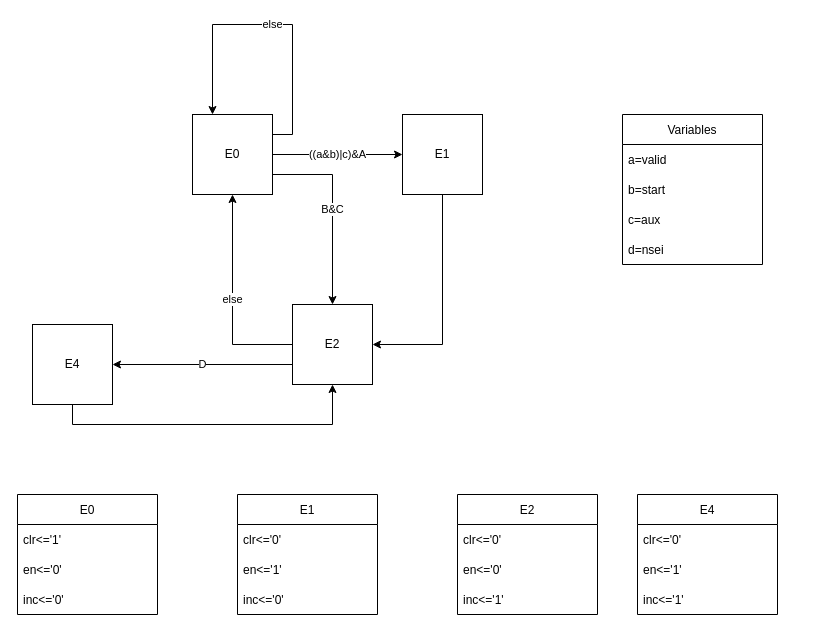
Chewilog/FSM_GEN keeps this draw.io diagram as page "Page-3" (3 of 4) of Untitled Diagram.drawio. Above is the earlier version. Source tidied: cells renumbered, new cells numbered last; positions are measured from the earlier drawing's top-left corner, leaving out a move shared by most shapes. Both pictures are drawn from the tidied source at 100%, with x=0, y=0 at pixel (17, 24).
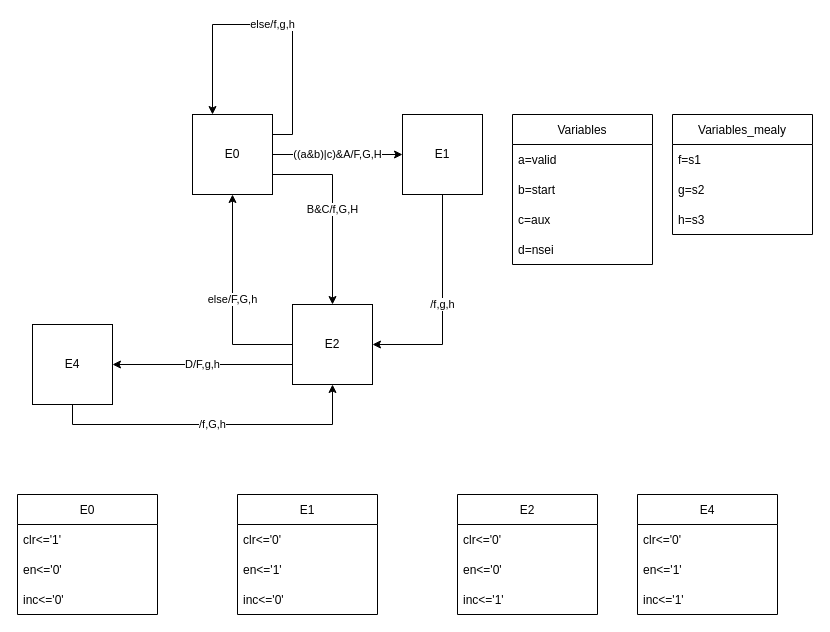
Above is the later version.

Commit message (it also covers changes not shown here):
Mealy working/need testing

Unchanged cells that the change refers to:
```xml
<mxCell id="3" value="E0" style="whiteSpace=wrap;html=1;" parent="1" vertex="1">
  <mxGeometry x="175" y="90" width="80" height="80" as="geometry" />
</mxCell>
<mxCell id="5" value="E1" style="whiteSpace=wrap;html=1;" parent="1" vertex="1">
  <mxGeometry x="385" y="90" width="80" height="80" as="geometry" />
</mxCell>
<mxCell id="9" value="E2" style="whiteSpace=wrap;html=1;" parent="1" vertex="1">
  <mxGeometry x="275" y="280" width="80" height="80" as="geometry" />
</mxCell>
<mxCell id="28" value="E4" style="whiteSpace=wrap;html=1;" parent="1" vertex="1">
  <mxGeometry x="15" y="300" width="80" height="80" as="geometry" />
</mxCell>
```

Change to the diagram source:
```diff
@@
-    <mxCell id="2" value="B&amp;amp;C" style="edgeStyle=orthogonalEdgeStyle;rounded=0;jettySize=auto;html=1;exitX=1;exitY=0.75;exitDx=0;exitDy=0;entryX=0.5;entryY=0;entryDx=0;entryDy=0;" parent="1" edge="1" source="3" target="9">
+    <mxCell id="2" value="B&amp;amp;C/f,G,H" style="edgeStyle=orthogonalEdgeStyle;rounded=0;jettySize=auto;html=1;exitX=1;exitY=0.75;exitDx=0;exitDy=0;entryX=0.5;entryY=0;entryDx=0;entryDy=0;" parent="1" edge="1" source="3" target="9">
       <mxGeometry relative="1" as="geometry" />
     </mxCell>
@@
-    <mxCell id="4" style="edgeStyle=orthogonalEdgeStyle;rounded=0;jettySize=auto;html=1;exitX=0.5;exitY=1;exitDx=0;exitDy=0;entryX=1;entryY=0.5;entryDx=0;entryDy=0;" parent="1" edge="1" source="5" target="9">
+    <mxCell id="4" value="/f,g,h" style="edgeStyle=orthogonalEdgeStyle;rounded=0;jettySize=auto;html=1;exitX=0.5;exitY=1;exitDx=0;exitDy=0;entryX=1;entryY=0.5;entryDx=0;entryDy=0;" parent="1" edge="1" source="5" target="9">
       <mxGeometry relative="1" as="geometry" />
     </mxCell>
@@
-    <mxCell id="6" value="((a&amp;amp;b)|c)&amp;amp;A" style="endArrow=classic;html=1;rounded=0;entryX=0;entryY=0.5;entryDx=0;entryDy=0;exitX=1;exitY=0.5;exitDx=0;exitDy=0;" parent="1" edge="1" source="3" target="5">
+    <mxCell id="6" value="((a&amp;amp;b)|c)&amp;amp;A/F,G,H" style="endArrow=classic;html=1;rounded=0;entryX=0;entryY=0.5;entryDx=0;entryDy=0;exitX=1;exitY=0.5;exitDx=0;exitDy=0;" parent="1" edge="1" source="3" target="5">
       <mxGeometry relative="1" as="geometry" />
     </mxCell>
-    <mxCell id="7" value="else" style="edgeStyle=orthogonalEdgeStyle;rounded=0;jettySize=auto;html=1;exitX=0;exitY=0.5;exitDx=0;exitDy=0;entryX=0.5;entryY=1;entryDx=0;entryDy=0;" parent="1" edge="1" source="9" target="3">
+    <mxCell id="7" value="else/F,G,h" style="edgeStyle=orthogonalEdgeStyle;rounded=0;jettySize=auto;html=1;exitX=0;exitY=0.5;exitDx=0;exitDy=0;entryX=0.5;entryY=1;entryDx=0;entryDy=0;" parent="1" edge="1" source="9" target="3">
       <mxGeometry relative="1" as="geometry">
         <Array as="points">
           <mxPoint x="215" y="320" />
         </Array>
       </mxGeometry>
     </mxCell>
-    <mxCell id="8" value="D" style="edgeStyle=orthogonalEdgeStyle;rounded=0;jettySize=auto;html=1;exitX=0;exitY=0.75;exitDx=0;exitDy=0;entryX=1;entryY=0.5;entryDx=0;entryDy=0;" parent="1" edge="1" source="9" target="28">
+    <mxCell id="8" value="D/F,g,h" style="edgeStyle=orthogonalEdgeStyle;rounded=0;jettySize=auto;html=1;exitX=0;exitY=0.75;exitDx=0;exitDy=0;entryX=1;entryY=0.5;entryDx=0;entryDy=0;" parent="1" edge="1" source="9" target="28">
       <mxGeometry relative="1" as="geometry" />
     </mxCell>
@@
     <mxCell id="10" value="Variables" style="swimlane;fontStyle=0;horizontal=1;startSize=30;" parent="1" vertex="1">
-      <mxGeometry x="605" y="90" width="140" height="150" as="geometry" />
+      <mxGeometry x="495" y="90" width="140" height="150" as="geometry" />
     </mxCell>
@@
-    <mxCell id="27" style="edgeStyle=orthogonalEdgeStyle;rounded=0;jettySize=auto;html=1;exitX=0.5;exitY=1;exitDx=0;exitDy=0;entryX=0.5;entryY=1;entryDx=0;entryDy=0;" parent="1" edge="1" source="28" target="9">
+    <mxCell id="27" value="/f,G,h" style="edgeStyle=orthogonalEdgeStyle;rounded=0;jettySize=auto;html=1;exitX=0.5;exitY=1;exitDx=0;exitDy=0;entryX=0.5;entryY=1;entryDx=0;entryDy=0;" parent="1" edge="1" source="28" target="9">
       <mxGeometry relative="1" as="geometry" />
     </mxCell>
@@
-    <mxCell id="33" value="else" style="edgeStyle=orthogonalEdgeStyle;rounded=0;orthogonalLoop=1;jettySize=auto;html=1;exitX=1;exitY=0.25;exitDx=0;exitDy=0;entryX=0.25;entryY=0;entryDx=0;entryDy=0;" parent="1" edge="1" source="3" target="3">
+    <mxCell id="33" value="else/f,g,h" style="edgeStyle=orthogonalEdgeStyle;rounded=0;orthogonalLoop=1;jettySize=auto;html=1;exitX=1;exitY=0.25;exitDx=0;exitDy=0;entryX=0.25;entryY=0;entryDx=0;entryDy=0;" parent="1" edge="1" source="3" target="3">
       <mxGeometry relative="1" as="geometry">
         <Array as="points">
           <mxPoint x="275" y="110" />
           <mxPoint x="275" />
           <mxPoint x="195" />
         </Array>
       </mxGeometry>
     </mxCell>
+    <mxCell id="34" value="Variables_mealy" style="swimlane;fontStyle=0;horizontal=1;startSize=30;" parent="1" vertex="1">
+      <mxGeometry x="655" y="90" width="140" height="120" as="geometry" />
+    </mxCell>
+    <mxCell id="35" value="f=s1" style="text;strokeColor=none;fillColor=none;align=left;verticalAlign=middle;spacingLeft=4;spacingRight=4;overflow=hidden;" parent="34" vertex="1">
+      <mxGeometry y="30" width="140" height="30" as="geometry" />
+    </mxCell>
+    <mxCell id="36" value="g=s2" style="text;strokeColor=none;fillColor=none;align=left;verticalAlign=middle;spacingLeft=4;spacingRight=4;overflow=hidden;" parent="34" vertex="1">
+      <mxGeometry y="60" width="140" height="30" as="geometry" />
+    </mxCell>
+    <mxCell id="37" value="h=s3" style="text;strokeColor=none;fillColor=none;align=left;verticalAlign=middle;spacingLeft=4;spacingRight=4;overflow=hidden;" parent="34" vertex="1">
+      <mxGeometry y="90" width="140" height="30" as="geometry" />
+    </mxCell>
```
